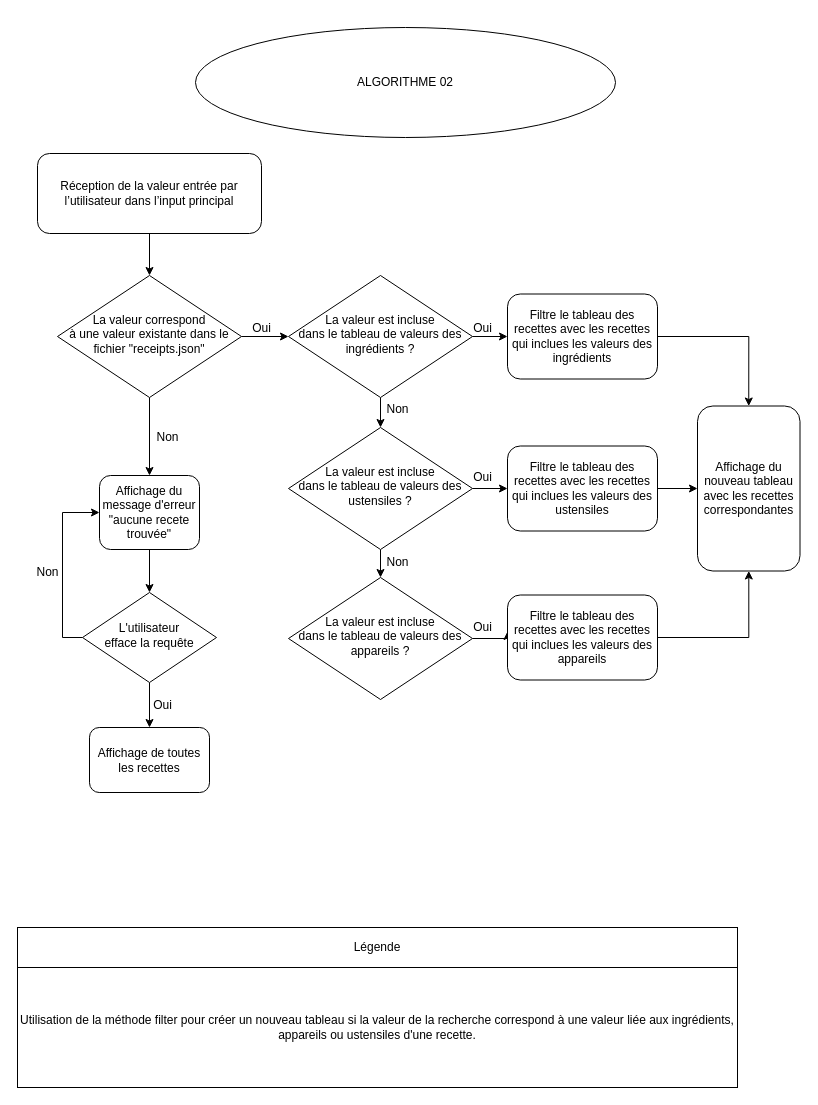
Earlier version of the draw.io diagram page "Page-2" (2 of 3) of LesPetitsPlats_Algos.drawio (Adv13/LesPetitsPlats-Website). Source tidied: cells renumbered, new cells numbered last; positions are measured from the earlier drawing's top-left corner, leaving out a move shared by most shapes. Both pictures are drawn from the tidied source at 100%, with x=0, y=0 at pixel (17, 27).
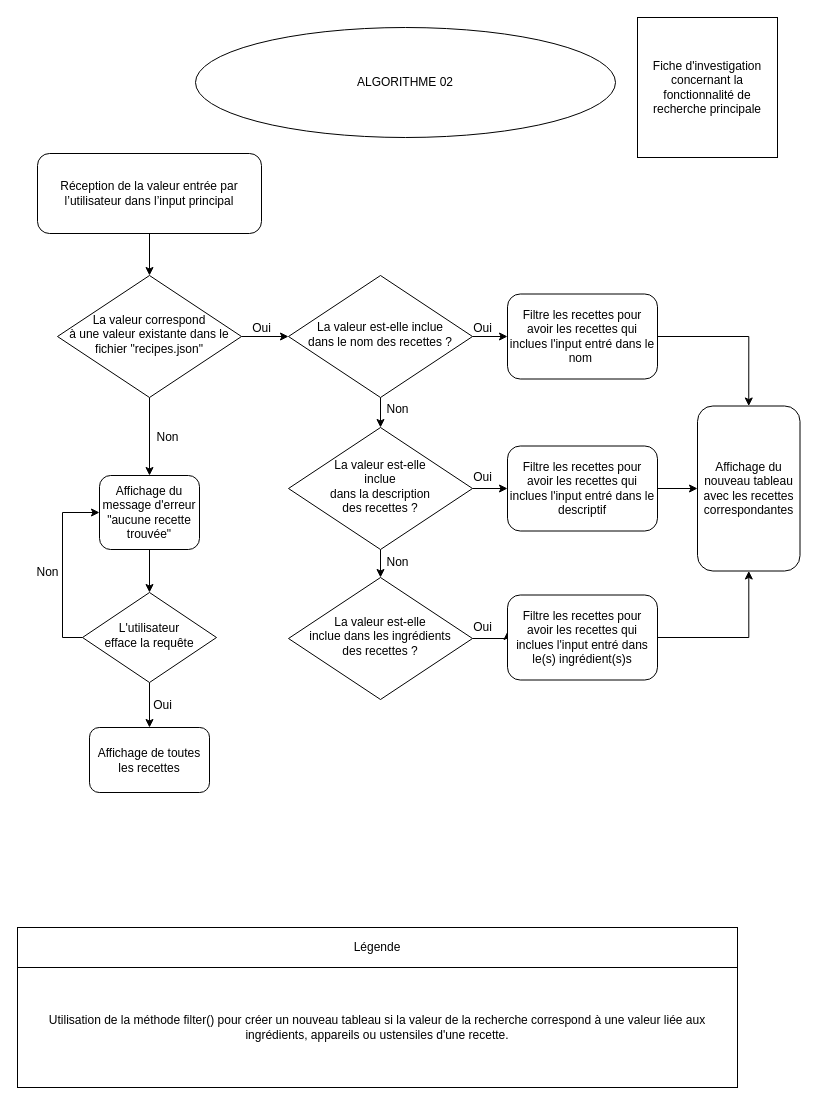
The same page after the edit.

Change to the diagram source:
```diff
@@
-    <mxCell id="6" value="La valeur correspond&lt;br&gt;à une valeur existante dans le fichier &quot;receipts.json&quot;" style="rhombus;whiteSpace=wrap;html=1;shadow=0;fontFamily=Helvetica;fontSize=12;align=center;strokeWidth=1;spacing=6;spacingTop=-4;" parent="1" vertex="1">
+    <mxCell id="6" value="La valeur correspond&lt;br&gt;à une valeur existante dans le fichier &quot;recipes.json&quot;" style="rhombus;whiteSpace=wrap;html=1;shadow=0;fontFamily=Helvetica;fontSize=12;align=center;strokeWidth=1;spacing=6;spacingTop=-4;" parent="1" vertex="1">
       <mxGeometry x="40" y="248" width="184" height="122" as="geometry" />
     </mxCell>
@@
-    <mxCell id="11" value="Affichage du message d'erreur &quot;aucune recete trouvée&quot;" style="rounded=1;whiteSpace=wrap;html=1;fontSize=12;glass=0;strokeWidth=1;shadow=0;" parent="1" vertex="1">
+    <mxCell id="11" value="Affichage du message d'erreur &quot;aucune recette trouvée&quot;" style="rounded=1;whiteSpace=wrap;html=1;fontSize=12;glass=0;strokeWidth=1;shadow=0;" parent="1" vertex="1">
       <mxGeometry x="82" y="448" width="100" height="74" as="geometry" />
     </mxCell>
@@
-    <mxCell id="16" value="La valeur est incluse&lt;br&gt;dans le tableau de valeurs des ingrédients ?" style="rhombus;whiteSpace=wrap;html=1;shadow=0;fontFamily=Helvetica;fontSize=12;align=center;strokeWidth=1;spacing=6;spacingTop=-4;" parent="1" vertex="1">
+    <mxCell id="16" value="La valeur est-elle inclue&lt;br&gt;dans le nom des recettes ?" style="rhombus;whiteSpace=wrap;html=1;shadow=0;fontFamily=Helvetica;fontSize=12;align=center;strokeWidth=1;spacing=6;spacingTop=-4;" parent="1" vertex="1">
       <mxGeometry x="271" y="248" width="184" height="122" as="geometry" />
     </mxCell>
@@
-    <mxCell id="19" value="La valeur est incluse&lt;br&gt;dans le tableau de valeurs des ustensiles ?" style="rhombus;whiteSpace=wrap;html=1;shadow=0;fontFamily=Helvetica;fontSize=12;align=center;strokeWidth=1;spacing=6;spacingTop=-4;" parent="1" vertex="1">
+    <mxCell id="19" value="La valeur est-elle&lt;br&gt;inclue&lt;br&gt;dans la description&lt;br&gt;des recettes ?" style="rhombus;whiteSpace=wrap;html=1;shadow=0;fontFamily=Helvetica;fontSize=12;align=center;strokeWidth=1;spacing=6;spacingTop=-4;" parent="1" vertex="1">
       <mxGeometry x="271" y="400" width="184" height="122" as="geometry" />
     </mxCell>
@@
-    <mxCell id="21" value="La valeur est incluse&lt;br&gt;dans le tableau de valeurs des appareils ?" style="rhombus;whiteSpace=wrap;html=1;shadow=0;fontFamily=Helvetica;fontSize=12;align=center;strokeWidth=1;spacing=6;spacingTop=-4;" parent="1" vertex="1">
+    <mxCell id="21" value="La valeur est-elle&lt;br&gt;inclue dans les ingrédients&lt;br&gt;des recettes ?" style="rhombus;whiteSpace=wrap;html=1;shadow=0;fontFamily=Helvetica;fontSize=12;align=center;strokeWidth=1;spacing=6;spacingTop=-4;" parent="1" vertex="1">
       <mxGeometry x="271" y="550" width="184" height="122" as="geometry" />
     </mxCell>
@@
-    <mxCell id="28" value="Utilisation de la méthode filter pour créer un nouveau tableau si la valeur de la recherche correspond à une valeur liée aux ingrédients, appareils ou ustensiles d'une recette." style="rounded=0;whiteSpace=wrap;html=1;" parent="1" vertex="1">
+    <mxCell id="28" value="Utilisation de la méthode filter() pour créer un nouveau tableau si la valeur de la recherche correspond à une valeur liée aux ingrédients, appareils ou ustensiles d'une recette." style="rounded=0;whiteSpace=wrap;html=1;" parent="1" vertex="1">
       <mxGeometry y="940" width="720" height="120" as="geometry" />
     </mxCell>
@@
-    <mxCell id="30" value="Filtre le tableau des recettes avec les recettes qui inclues les valeurs des ingrédients" style="rounded=1;whiteSpace=wrap;html=1;fontSize=12;glass=0;strokeWidth=1;shadow=0;" parent="1" vertex="1">
+    <mxCell id="30" value="Filtre les recettes pour avoir les recettes qui inclues l'input entré dans le nom&amp;nbsp;" style="rounded=1;whiteSpace=wrap;html=1;fontSize=12;glass=0;strokeWidth=1;shadow=0;" parent="1" vertex="1">
       <mxGeometry x="490" y="266.5" width="150" height="85" as="geometry" />
     </mxCell>
@@
-    <mxCell id="32" value="Filtre le tableau des recettes avec les recettes qui inclues les valeurs des ustensiles" style="rounded=1;whiteSpace=wrap;html=1;fontSize=12;glass=0;strokeWidth=1;shadow=0;" parent="1" vertex="1">
+    <mxCell id="32" value="Filtre les recettes pour avoir les recettes qui inclues l'input entré dans le descriptif" style="rounded=1;whiteSpace=wrap;html=1;fontSize=12;glass=0;strokeWidth=1;shadow=0;" parent="1" vertex="1">
       <mxGeometry x="490" y="418.5" width="150" height="85" as="geometry" />
     </mxCell>
@@
-    <mxCell id="34" value="Filtre le tableau des recettes avec les recettes qui inclues les valeurs des appareils" style="rounded=1;whiteSpace=wrap;html=1;fontSize=12;glass=0;strokeWidth=1;shadow=0;" parent="1" vertex="1">
+    <mxCell id="34" value="Filtre les recettes pour avoir les recettes qui inclues l'input entré dans le(s) ingrédient(s)s" style="rounded=1;whiteSpace=wrap;html=1;fontSize=12;glass=0;strokeWidth=1;shadow=0;" parent="1" vertex="1">
       <mxGeometry x="490" y="567.5" width="150" height="85" as="geometry" />
     </mxCell>
@@
+    <mxCell id="40" value="Fiche d'investigation concernant la fonctionnalité de recherche principale" style="whiteSpace=wrap;html=1;" parent="1" vertex="1">
+      <mxGeometry x="620" y="-10" width="140" height="140" as="geometry" />
+    </mxCell>
```
